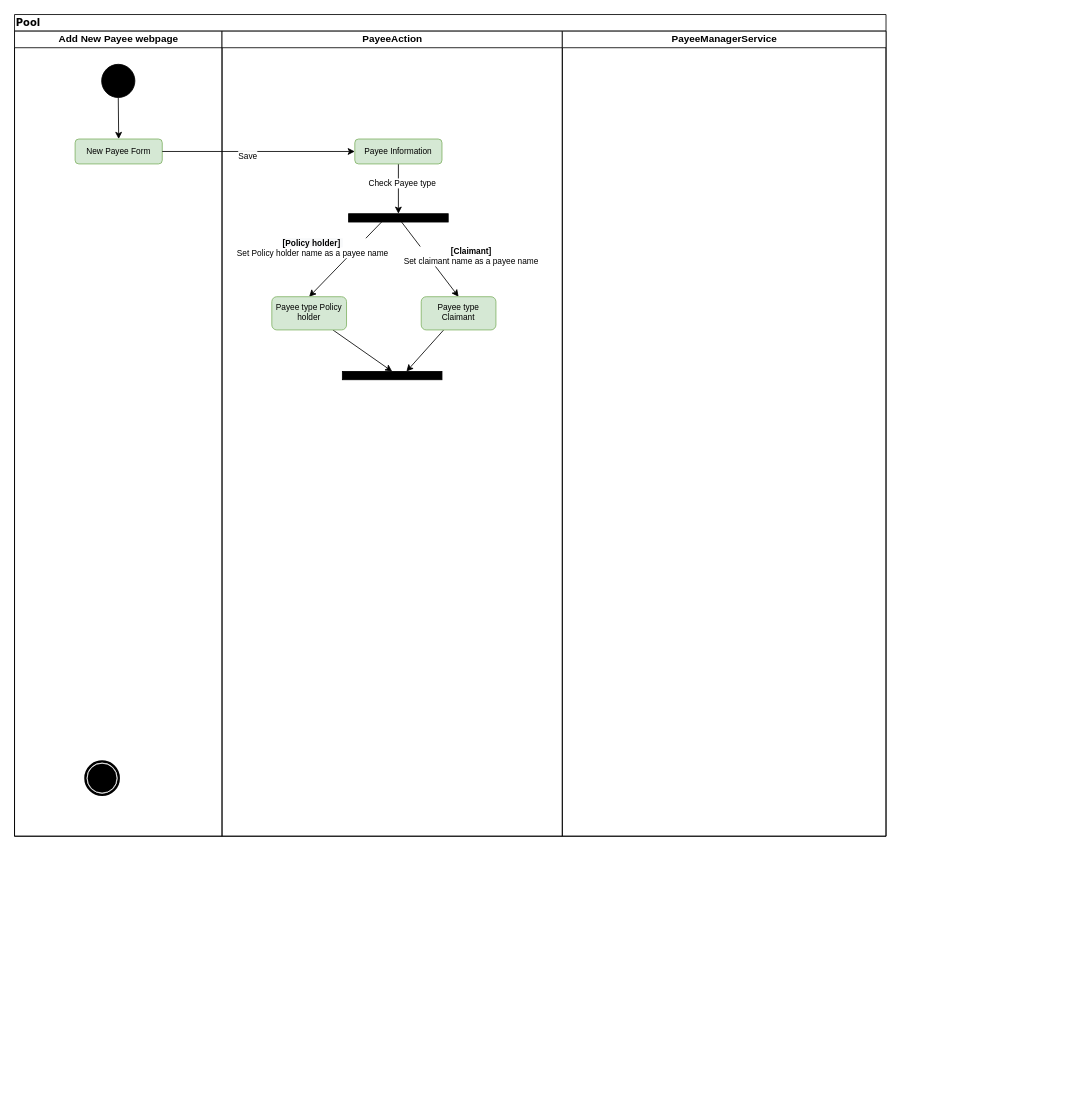
Before: ActivityDiagram-AddNewPayee.drawio in phatcharalaw/my-doc, a draw.io diagram. Source tidied: cells renumbered, new cells numbered last; positions are measured from the earlier drawing's top-left corner, leaving out a move shared by most shapes. Both pictures are drawn from the tidied source at 83%, with x=0, y=0 at pixel (14, 14).
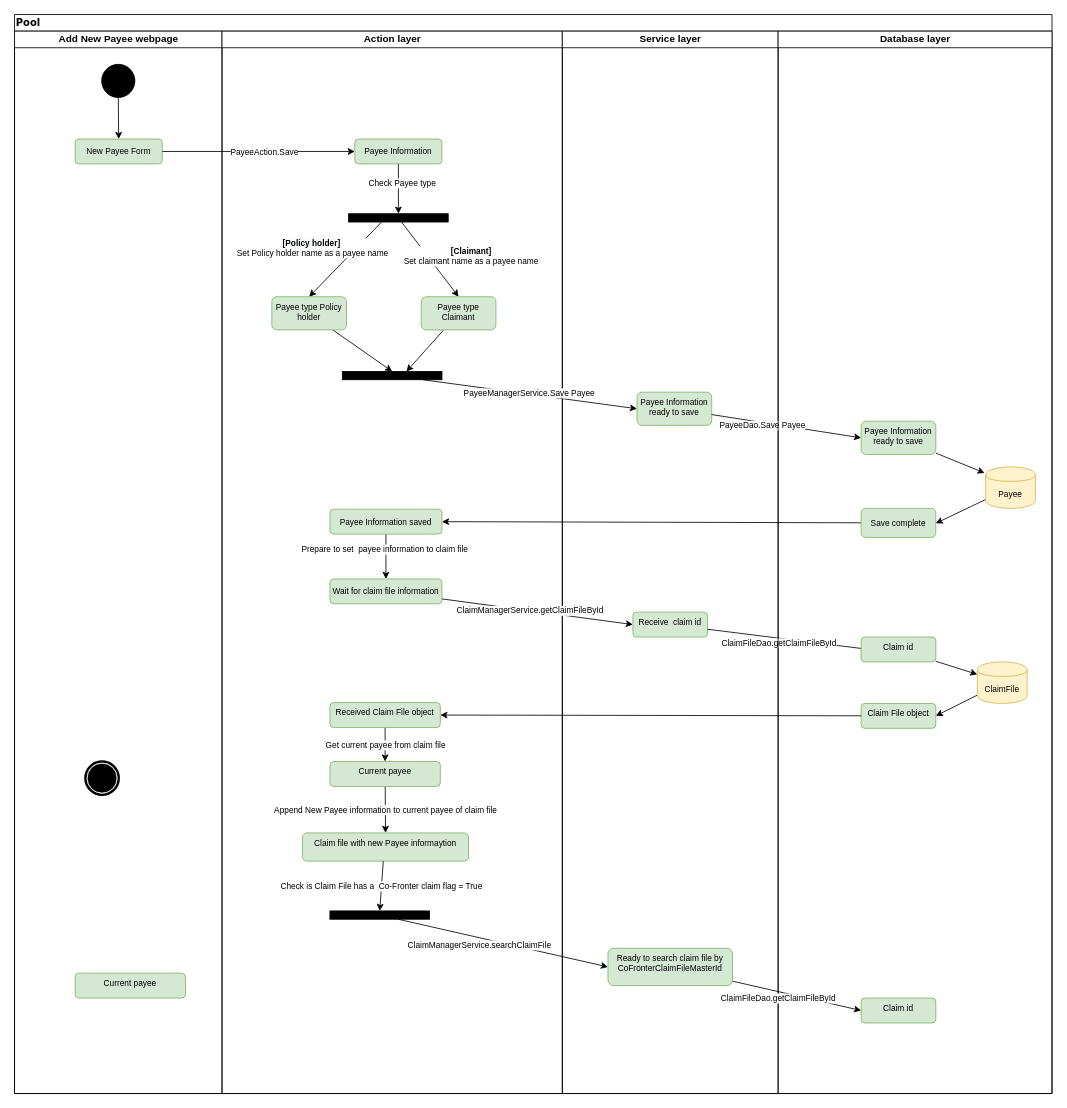
The same page after the edit.

The change refers to these unchanged cells:
```xml
<mxCell id="21" style="rounded=0;whiteSpace=wrap;html=1;fontSize=10;align=left;strokeColor=#000000;fillColor=#000000;" parent="8" vertex="1">
  <mxGeometry x="145" y="410" width="120" height="10" as="geometry" />
</mxCell>
<mxCell id="24" style="edgeStyle=none;rounded=0;jettySize=auto;html=1;entryX=0;entryY=0.5;entryDx=0;entryDy=0;fontSize=10;" parent="2" edge="1" source="6" target="13">
  <mxGeometry relative="1" as="geometry" />
</mxCell>
```

What changed in the source:
```diff
@@
     <mxCell id="2" value="Pool" style="swimlane;html=1;startSize=20;rounded=0;shadow=0;comic=0;labelBackgroundColor=none;strokeColor=#000000;strokeWidth=1;fillColor=#ffffff;fontFamily=Verdana;fontSize=12;fontColor=#000000;align=left;" parent="1" vertex="1">
-      <mxGeometry width="1050" height="990" as="geometry" />
+      <mxGeometry width="1250" height="1300" as="geometry" />
     </mxCell>
     <mxCell id="3" value="Add New Payee webpage" style="swimlane;html=1;startSize=20;" parent="2" vertex="1">
-      <mxGeometry y="20" width="250" height="970" as="geometry" />
+      <mxGeometry y="20" width="250" height="1280" as="geometry" />
     </mxCell>
@@
+    <mxCell id="26" value="Current payee" style="rounded=1;whiteSpace=wrap;html=1;fillColor=#d5e8d4;strokeColor=#82b366;fontSize=10;align=center;verticalAlign=top;" parent="3" vertex="1">
+      <mxGeometry x="73" y="1135" width="133" height="30" as="geometry" />
+    </mxCell>
-    <mxCell id="8" value="PayeeAction" style="swimlane;html=1;startSize=20;align=center;" parent="2" vertex="1">
-      <mxGeometry x="250" y="20" width="410" height="970" as="geometry" />
+    <mxCell id="8" value="Action layer" style="swimlane;html=1;startSize=20;align=center;" parent="2" vertex="1">
+      <mxGeometry x="250" y="20" width="410" height="1280" as="geometry" />
     </mxCell>
@@
+    <mxCell id="27" style="edgeStyle=none;rounded=0;jettySize=auto;html=1;entryX=0.5;entryY=0;entryDx=0;entryDy=0;fontSize=10;" parent="8" edge="1" source="29" target="30">
+      <mxGeometry relative="1" as="geometry" />
+    </mxCell>
+    <mxCell id="28" value="Prepare to set&amp;nbsp; payee information to claim file" style="text;html=1;align=center;verticalAlign=middle;labelBackgroundColor=#ffffff;fontSize=10;" parent="27" vertex="1">
+      <mxGeometry x="-0.37" y="-2" relative="1" as="geometry" />
+    </mxCell>
+    <mxCell id="29" value="Payee Information saved" style="rounded=1;whiteSpace=wrap;html=1;fillColor=#d5e8d4;strokeColor=#82b366;fontSize=10;" parent="8" vertex="1">
+      <mxGeometry x="130" y="576" width="135" height="30" as="geometry" />
+    </mxCell>
+    <mxCell id="30" value="Wait for claim file information" style="rounded=1;whiteSpace=wrap;html=1;fillColor=#d5e8d4;strokeColor=#82b366;fontSize=10;" parent="8" vertex="1">
+      <mxGeometry x="130" y="660" width="135" height="30" as="geometry" />
+    </mxCell>
+    <mxCell id="31" value="Get current payee from claim file" style="edgeStyle=none;rounded=0;jettySize=auto;html=1;entryX=0.5;entryY=0;entryDx=0;entryDy=0;fontSize=10;" parent="8" edge="1" source="32" target="34">
+      <mxGeometry relative="1" as="geometry" />
+    </mxCell>
+    <mxCell id="32" value="Received Claim File object" style="rounded=1;whiteSpace=wrap;html=1;fillColor=#d5e8d4;strokeColor=#82b366;fontSize=10;align=center;verticalAlign=top;" parent="8" vertex="1">
+      <mxGeometry x="130" y="809" width="133" height="30" as="geometry" />
+    </mxCell>
+    <mxCell id="33" value="Append New Payee information to current payee of claim file" style="edgeStyle=none;rounded=0;jettySize=auto;html=1;entryX=0.5;entryY=0;entryDx=0;entryDy=0;fontSize=10;" parent="8" edge="1" source="34" target="35">
+      <mxGeometry relative="1" as="geometry" />
+    </mxCell>
+    <mxCell id="34" value="Current payee" style="rounded=1;whiteSpace=wrap;html=1;fillColor=#d5e8d4;strokeColor=#82b366;fontSize=10;align=center;verticalAlign=top;" parent="8" vertex="1">
+      <mxGeometry x="130" y="880" width="133" height="30" as="geometry" />
+    </mxCell>
+    <mxCell id="35" value="Claim file with new Payee informaytion" style="rounded=1;whiteSpace=wrap;html=1;fillColor=#d5e8d4;strokeColor=#82b366;fontSize=10;align=center;verticalAlign=top;" parent="8" vertex="1">
+      <mxGeometry x="97" y="966" width="200" height="34" as="geometry" />
+    </mxCell>
+    <mxCell id="36" style="rounded=0;whiteSpace=wrap;html=1;fontSize=10;align=left;strokeColor=#000000;fillColor=#000000;" parent="8" vertex="1">
+      <mxGeometry x="130" y="1060" width="120" height="10" as="geometry" />
+    </mxCell>
+    <mxCell id="37" value="Check is Claim File has a&amp;nbsp; Co-Fronter claim flag = True" style="edgeStyle=none;rounded=0;orthogonalLoop=1;jettySize=auto;html=1;fontSize=10;" parent="8" edge="1">
+      <mxGeometry relative="1" as="geometry">
+        <mxPoint x="194.3" y="1000" as="sourcePoint" />
+        <mxPoint x="190" y="1060" as="targetPoint" />
+      </mxGeometry>
+    </mxCell>
-    <mxCell id="22" value="PayeeManagerService" style="swimlane;html=1;startSize=20;" parent="2" vertex="1">
-      <mxGeometry x="660" y="20" width="390" height="970" as="geometry" />
+    <mxCell id="22" value="Service layer" style="swimlane;html=1;startSize=20;" parent="2" vertex="1">
+      <mxGeometry x="660" y="20" width="260" height="1280" as="geometry" />
     </mxCell>
+    <mxCell id="38" value="Payee Information&lt;br&gt;ready to save" style="rounded=1;whiteSpace=wrap;html=1;fillColor=#d5e8d4;strokeColor=#82b366;fontSize=10;align=center;verticalAlign=top;" parent="22" vertex="1">
+      <mxGeometry x="90" y="435" width="90" height="40" as="geometry" />
+    </mxCell>
+    <mxCell id="39" value="Receive&amp;nbsp; claim id" style="rounded=1;whiteSpace=wrap;html=1;fillColor=#d5e8d4;strokeColor=#82b366;fontSize=10;align=center;verticalAlign=top;" parent="22" vertex="1">
+      <mxGeometry x="85" y="700" width="90" height="30" as="geometry" />
+    </mxCell>
+    <mxCell id="40" value="Ready to search claim file by&lt;br&gt;CoFronterClaimFileMasterId" style="rounded=1;whiteSpace=wrap;html=1;fillColor=#d5e8d4;strokeColor=#82b366;fontSize=10;align=center;verticalAlign=top;" parent="22" vertex="1">
+      <mxGeometry x="55" y="1105" width="150" height="45" as="geometry" />
+    </mxCell>
@@
-    <mxCell id="25" value="Save" style="text;html=1;align=center;verticalAlign=middle;labelBackgroundColor=#ffffff;fontSize=10;" parent="24" vertex="1">
+    <mxCell id="25" value="PayeeAction.Save" style="text;html=1;align=center;verticalAlign=middle;labelBackgroundColor=#ffffff;fontSize=10;" parent="24" vertex="1">
       <mxGeometry x="-0.44" relative="1" as="geometry">
-        <mxPoint x="37" y="4.5" as="offset" />
+        <mxPoint x="57" as="offset" />
       </mxGeometry>
     </mxCell>
+    <mxCell id="41" style="edgeStyle=none;rounded=0;jettySize=auto;html=1;entryX=0;entryY=0.5;entryDx=0;entryDy=0;fontSize=10;" parent="2" edge="1" source="21" target="38">
+      <mxGeometry relative="1" as="geometry" />
+    </mxCell>
+    <mxCell id="42" value="PayeeManagerService.Save Payee" style="text;html=1;align=center;verticalAlign=middle;labelBackgroundColor=#ffffff;fontSize=10;" parent="41" vertex="1">
+      <mxGeometry x="-0.48" y="1" relative="1" as="geometry">
+        <mxPoint x="60.5" y="7" as="offset" />
+      </mxGeometry>
+    </mxCell>
+    <mxCell id="43" style="edgeStyle=none;rounded=0;jettySize=auto;html=1;entryX=0;entryY=0.5;entryDx=0;entryDy=0;fontSize=10;" parent="2" edge="1" source="38" target="52">
+      <mxGeometry relative="1" as="geometry" />
+    </mxCell>
+    <mxCell id="44" value="PayeeDao.Save Payee" style="text;html=1;align=center;verticalAlign=middle;labelBackgroundColor=#ffffff;fontSize=10;" parent="43" vertex="1">
+      <mxGeometry x="-0.55" y="-3" relative="1" as="geometry">
+        <mxPoint x="20" y="3.5" as="offset" />
+      </mxGeometry>
+    </mxCell>
+    <mxCell id="45" style="edgeStyle=none;rounded=0;jettySize=auto;html=1;entryX=1;entryY=0.5;entryDx=0;entryDy=0;fontSize=10;" parent="2" edge="1" source="55" target="29">
+      <mxGeometry relative="1" as="geometry" />
+    </mxCell>
+    <mxCell id="46" style="edgeStyle=none;rounded=0;jettySize=auto;html=1;entryX=0;entryY=0.5;entryDx=0;entryDy=0;fontSize=10;" parent="2" edge="1" source="30" target="39">
+      <mxGeometry relative="1" as="geometry" />
+    </mxCell>
+    <mxCell id="47" value="ClaimManagerService.getClaimFileById" style="text;html=1;align=center;verticalAlign=middle;labelBackgroundColor=#ffffff;fontSize=10;" parent="46" vertex="1">
+      <mxGeometry x="-0.56" relative="1" as="geometry">
+        <mxPoint x="54.5" y="7" as="offset" />
+      </mxGeometry>
+    </mxCell>
+    <mxCell id="48" style="edgeStyle=none;rounded=0;jettySize=auto;html=1;fontSize=10;" parent="2" edge="1" source="39">
+      <mxGeometry relative="1" as="geometry">
+        <mxPoint x="1030" y="765" as="targetPoint" />
+      </mxGeometry>
+    </mxCell>
+    <mxCell id="49" value="ClaimFileDao.getClaimFileById" style="text;html=1;align=center;verticalAlign=middle;labelBackgroundColor=#ffffff;fontSize=10;" parent="48" vertex="1">
+      <mxGeometry x="-0.48" y="-1" relative="1" as="geometry">
+        <mxPoint x="35" y="9" as="offset" />
+      </mxGeometry>
+    </mxCell>
+    <mxCell id="50" value="Database layer" style="swimlane;html=1;startSize=20;" parent="2" vertex="1">
+      <mxGeometry x="920" y="20" width="330" height="1280" as="geometry" />
+    </mxCell>
+    <mxCell id="51" style="edgeStyle=none;rounded=0;jettySize=auto;html=1;entryX=-0.02;entryY=0.147;entryDx=0;entryDy=0;entryPerimeter=0;fontSize=10;" parent="50" edge="1" source="52" target="54">
+      <mxGeometry relative="1" as="geometry" />
+    </mxCell>
+    <mxCell id="52" value="Payee Information&lt;br&gt;ready to save" style="rounded=1;whiteSpace=wrap;html=1;fillColor=#d5e8d4;strokeColor=#82b366;fontSize=10;align=center;verticalAlign=top;" parent="50" vertex="1">
+      <mxGeometry x="100" y="470" width="90" height="40" as="geometry" />
+    </mxCell>
+    <mxCell id="53" style="edgeStyle=none;rounded=0;jettySize=auto;html=1;fontSize=10;" parent="50" edge="1" source="54">
+      <mxGeometry relative="1" as="geometry">
+        <mxPoint x="190" y="593" as="targetPoint" />
+      </mxGeometry>
+    </mxCell>
+    <mxCell id="54" value="Payee" style="shape=cylinder;whiteSpace=wrap;html=1;boundedLbl=1;backgroundOutline=1;strokeColor=#d6b656;fillColor=#fff2cc;fontSize=10;align=center;" parent="50" vertex="1">
+      <mxGeometry x="250" y="525" width="60" height="50" as="geometry" />
+    </mxCell>
+    <mxCell id="55" value="Save complete" style="rounded=1;whiteSpace=wrap;html=1;fillColor=#d5e8d4;strokeColor=#82b366;fontSize=10;align=center;verticalAlign=middle;" parent="50" vertex="1">
+      <mxGeometry x="100" y="575" width="90" height="35" as="geometry" />
+    </mxCell>
+    <mxCell id="56" style="edgeStyle=none;rounded=0;jettySize=auto;html=1;entryX=0;entryY=0.3;entryDx=0;entryDy=0;fontSize=10;" parent="50" edge="1" source="57" target="59">
+      <mxGeometry relative="1" as="geometry" />
+    </mxCell>
+    <mxCell id="57" value="Claim id" style="rounded=1;whiteSpace=wrap;html=1;fillColor=#d5e8d4;strokeColor=#82b366;fontSize=10;align=center;verticalAlign=top;" parent="50" vertex="1">
+      <mxGeometry x="100" y="730" width="90" height="30" as="geometry" />
+    </mxCell>
+    <mxCell id="58" style="edgeStyle=none;rounded=0;jettySize=auto;html=1;entryX=1;entryY=0.5;entryDx=0;entryDy=0;fontSize=10;" parent="50" edge="1" source="59" target="60">
+      <mxGeometry relative="1" as="geometry" />
+    </mxCell>
+    <mxCell id="59" value="ClaimFile" style="shape=cylinder;whiteSpace=wrap;html=1;boundedLbl=1;backgroundOutline=1;strokeColor=#d6b656;fillColor=#fff2cc;fontSize=10;align=center;" parent="50" vertex="1">
+      <mxGeometry x="240" y="760" width="60" height="50" as="geometry" />
+    </mxCell>
+    <mxCell id="60" value="Claim File object" style="rounded=1;whiteSpace=wrap;html=1;fillColor=#d5e8d4;strokeColor=#82b366;fontSize=10;align=center;verticalAlign=top;" parent="50" vertex="1">
+      <mxGeometry x="100" y="810" width="90" height="30" as="geometry" />
+    </mxCell>
+    <mxCell id="61" value="Claim id" style="rounded=1;whiteSpace=wrap;html=1;fillColor=#d5e8d4;strokeColor=#82b366;fontSize=10;align=center;verticalAlign=top;" parent="50" vertex="1">
+      <mxGeometry x="100" y="1165" width="90" height="30" as="geometry" />
+    </mxCell>
+    <mxCell id="62" style="edgeStyle=none;rounded=0;jettySize=auto;html=1;entryX=1;entryY=0.5;entryDx=0;entryDy=0;fontSize=10;" parent="2" edge="1" source="60" target="32">
+      <mxGeometry relative="1" as="geometry" />
+    </mxCell>
+    <mxCell id="63" style="edgeStyle=none;rounded=0;jettySize=auto;html=1;entryX=0;entryY=0.5;entryDx=0;entryDy=0;fontSize=10;" parent="2" edge="1" source="36" target="40">
+      <mxGeometry relative="1" as="geometry" />
+    </mxCell>
+    <mxCell id="64" value="ClaimManagerService.searchClaimFile" style="text;html=1;align=center;verticalAlign=middle;labelBackgroundColor=#ffffff;fontSize=10;" parent="63" vertex="1">
+      <mxGeometry x="-0.27" y="-1" relative="1" as="geometry">
+        <mxPoint x="5.5" y="8" as="offset" />
+      </mxGeometry>
+    </mxCell>
+    <mxCell id="65" style="edgeStyle=none;rounded=0;jettySize=auto;html=1;entryX=0;entryY=0.5;entryDx=0;entryDy=0;fontSize=10;" parent="2" edge="1" source="40" target="61">
+      <mxGeometry relative="1" as="geometry" />
+    </mxCell>
+    <mxCell id="66" value="ClaimFileDao.getClaimFileById" style="text;html=1;align=center;verticalAlign=middle;labelBackgroundColor=#ffffff;fontSize=10;" parent="65" vertex="1">
+      <mxGeometry x="0.25" y="1" relative="1" as="geometry">
+        <mxPoint x="-42.5" y="-1" as="offset" />
+      </mxGeometry>
+    </mxCell>
```
